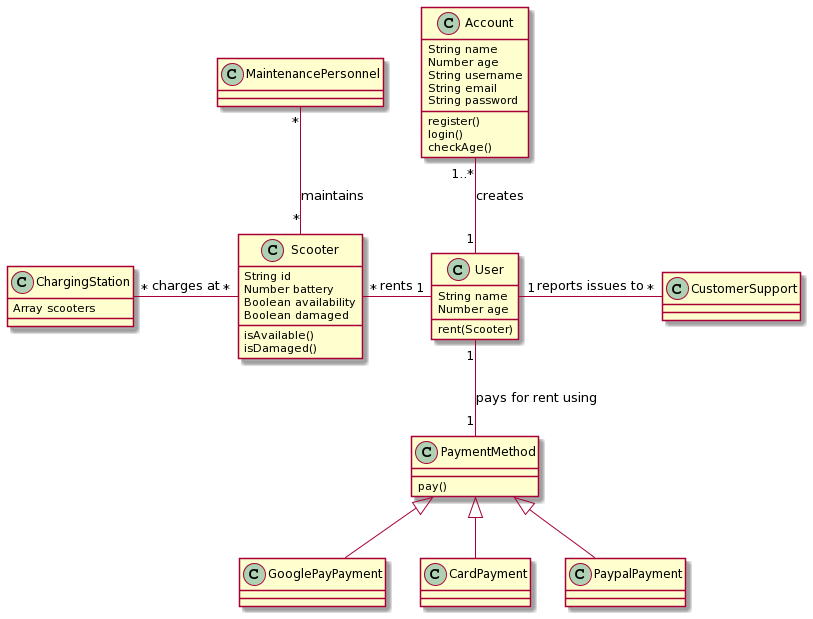
This is oop-challenge-scooterhire/uml diagrams/class/class-diagram.png from jerriku/multiverse-bootcamp, a PlantUML export, as it was before one commit. The source it was exported from:
```plantuml
@startuml
class Account {
String name
Number age
String username
String email
String password
register()
login()
checkAge()
}

class User {
String name
Number age
rent(Scooter)
}

class Scooter {
String id
Number battery
Boolean availability
Boolean damaged

isAvailable()
isDamaged()
}

class MaintenancePersonnel {
}

class ChargingStation {
Array scooters
}

class CustomerSupport {
}

class PaymentMethod {
pay()
}

class GooglePayPayment {
}

class CardPayment {
}


class PaypalPayment {
}

User "1"-down-"1" PaymentMethod : pays for rent using
User "1"-up-"1..*" Account : creates
User "1"-left-"*" Scooter : rents
User "1"-right-"*" CustomerSupport : reports issues to

Scooter "*"-left-"*" ChargingStation : charges at
Scooter "*"-up-"*" MaintenancePersonnel : maintains

PaymentMethod <|-down- GooglePayPayment
PaymentMethod <|-down- CardPayment
PaymentMethod <|-down- PaypalPayment
@enduml
```
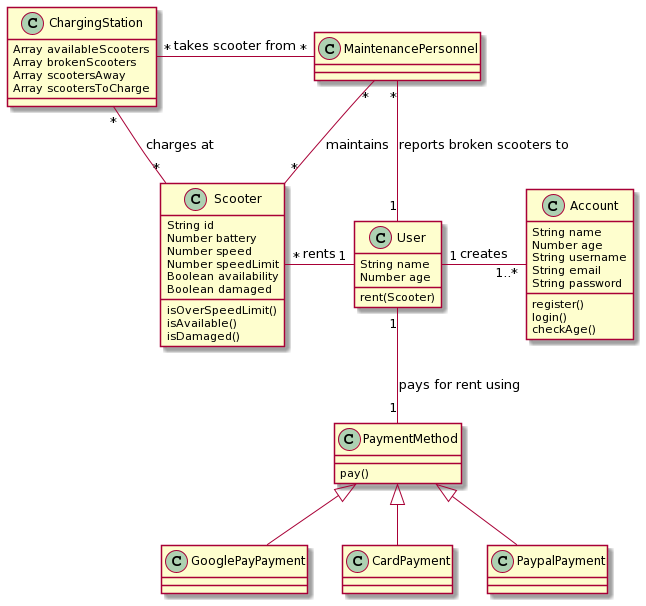
The same diagram one commit later.

Commit message:
Update UML diagrams

Diff of the diagram source:
```diff
@@ -19,9 +19,12 @@
 class Scooter {
 String id
 Number battery
+Number speed
+Number speedLimit
 Boolean availability
 Boolean damaged
 
+isOverSpeedLimit()
 isAvailable()
 isDamaged()
 }
@@ -30,10 +33,10 @@
 }
 
 class ChargingStation {
-Array scooters
-}
-
-class CustomerSupport {
+Array availableScooters
+Array brokenScooters
+Array scootersAway
+Array scootersToCharge
 }
 
 class PaymentMethod {
@@ -51,12 +54,13 @@
 }
 
 User "1"-down-"1" PaymentMethod : pays for rent using
-User "1"-up-"1..*" Account : creates
+User "1"-right-"1..*" Account : creates
 User "1"-left-"*" Scooter : rents
-User "1"-right-"*" CustomerSupport : reports issues to
+User "1"-up-"*" MaintenancePersonnel : reports broken scooters to
 
 Scooter "*"-left-"*" ChargingStation : charges at
 Scooter "*"-up-"*" MaintenancePersonnel : maintains
+MaintenancePersonnel "*"-left-"*" ChargingStation : takes scooter from
 
 PaymentMethod <|-down- GooglePayPayment
 PaymentMethod <|-down- CardPayment
```
